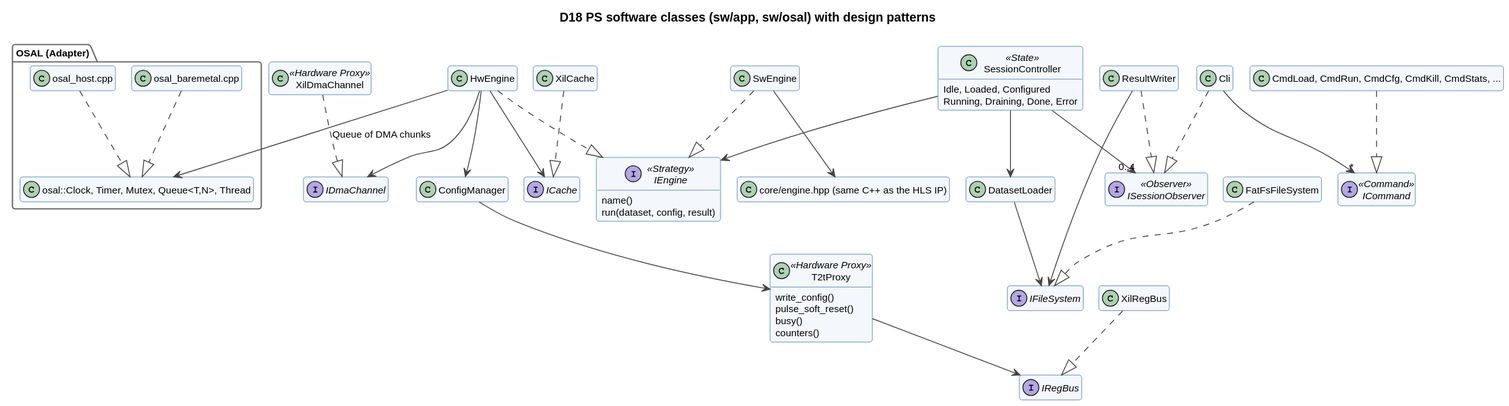
This is docs/img/D18_sw_classes.svg from avsm-is-awsm/erts-mini-project, a PlantUML export, as it was before one commit.
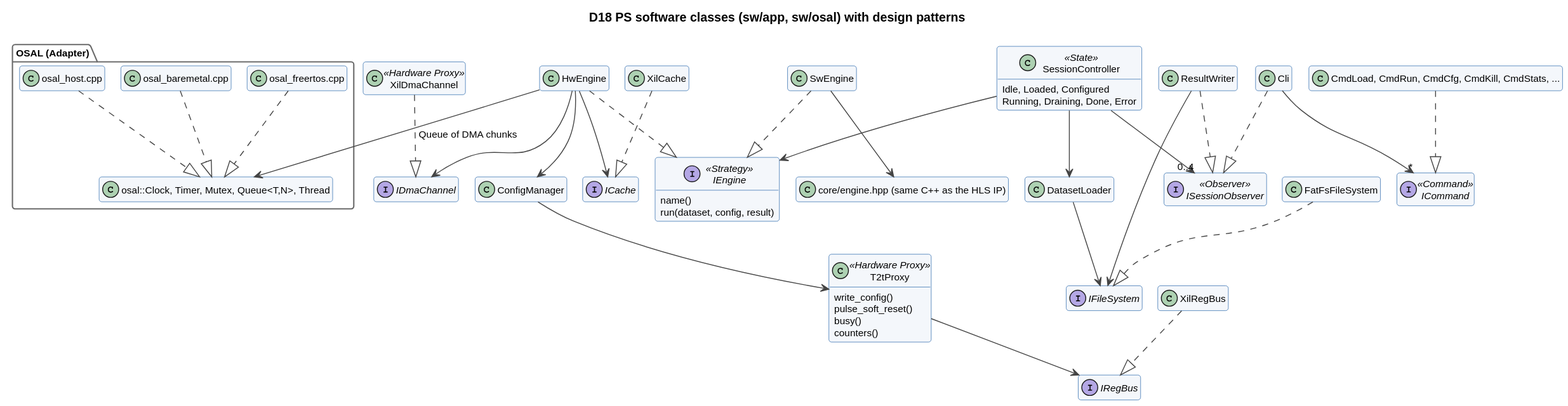
The same diagram one commit later.

Commit message:
Docs: related work, power/cost estimate, course citation, D18 FreeRTOS adapter

Change to the diagram source:
```diff
@@ -5,9 +5,11 @@
   class "osal::Clock, Timer, Mutex, Queue<T,N>, Thread" as OSAL
   class "osal_baremetal.cpp" as OBM
   class "osal_host.cpp" as OH
+  class "osal_freertos.cpp" as OFR
 }
 OBM ..|> OSAL
 OH ..|> OSAL
+OFR ..|> OSAL
 interface IRegBus
 interface IDmaChannel
 interface ICache
```
